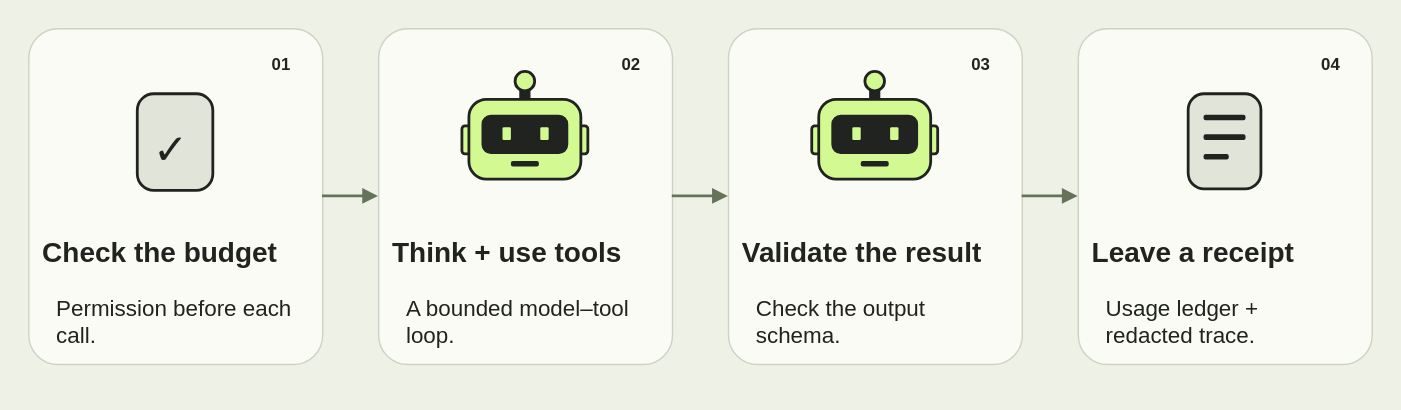
youngfreezy/youngfreezy.github.io keeps this draw.io diagram as images/agents/runtime.svg. Above is the earlier version. Source tidied: cells renumbered, new cells last; positions are measured from the earlier drawing's top-left corner, leaving out a move shared by most shapes.
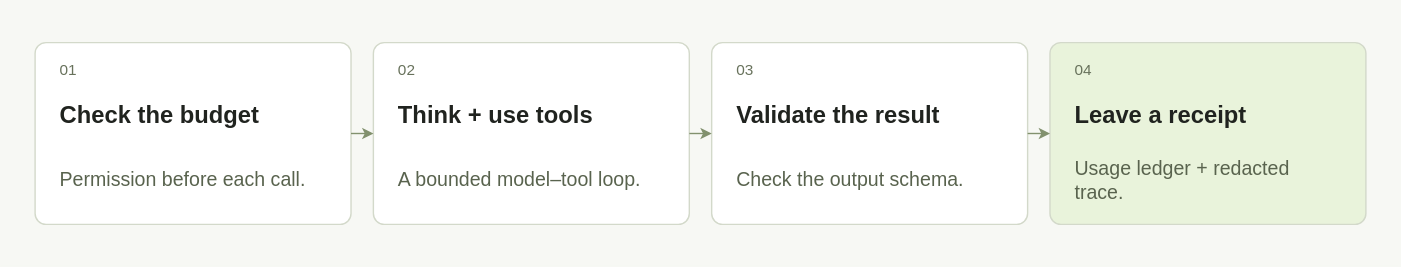
Above is the later version.

Diff of the diagram source:
```diff
@@ -1,138 +1,66 @@
-<mxGraphModel background="#eef1e6">
+<mxGraphModel background="#f7f8f4">
   <root>
     <mxCell id="0" />
     <mxCell id="1" parent="0" />
-    <mxCell id="2" style="fillColor=#eef1e6;strokeColor=none;html=1;fontFamily=Helvetica;fontColor=#20231f;" parent="1" vertex="1">
-      <mxGeometry width="1000" height="292" as="geometry" />
-    </mxCell>
-    <mxCell id="3" style="rounded=1;arcSize=10;fillColor=#fafbf5;strokeColor=#cdd3c3;strokeWidth=1;html=1;fontFamily=Helvetica;fontColor=#20231f;" parent="1" vertex="1">
-      <mxGeometry x="20" y="20" width="210" height="240" as="geometry" />
-    </mxCell>
-    <mxCell id="4" style="rounded=1;arcSize=22;strokeWidth=2;strokeColor=#20231f;fillColor=#e1e5d9;html=1;fontFamily=Helvetica;fontColor=#20231f;" parent="3" vertex="1">
-      <mxGeometry x="78" y="47" width="54" height="69" as="geometry" />
-    </mxCell>
-    <mxCell id="5" value="✓" style="text;strokeColor=none;fillColor=none;fontSize=30;html=1;fontFamily=Helvetica;fontColor=#20231f;" parent="3" vertex="1">
-      <mxGeometry x="87" y="62" width="36" height="37" as="geometry" />
-    </mxCell>
+    <mxCell id="46" style="html=1;fontFamily=Helvetica;fillColor=#f7f8f4;strokeColor=none;" parent="1" vertex="1">
+      <mxGeometry width="1000" height="190" as="geometry" />
+    </mxCell>
+    <mxCell id="47" style="html=1;fontFamily=Helvetica;rounded=1;arcSize=6;fillColor=#ffffff;strokeColor=#d3d9ca;" parent="46" vertex="1">
+      <mxGeometry x="24" y="30" width="226" height="130" as="geometry" />
+    </mxCell>
-    <mxCell id="6" value="01" style="text;strokeColor=none;fillColor=none;fontSize=12;fontStyle=1;html=1;fontFamily=Helvetica;fontColor=#20231f;" parent="3" vertex="1">
-      <mxGeometry x="172" y="12" width="24" height="22" as="geometry" />
+    <mxCell id="6" value="01" style="html=1;fontFamily=Helvetica;text;whiteSpace=wrap;align=left;verticalAlign=middle;fillColor=none;strokeColor=none;fontSize=11;fontColor=#68725c;" parent="47" vertex="1">
+      <mxGeometry x="16" y="12" width="194" height="16" as="geometry" />
     </mxCell>
-    <mxCell id="7" value="Check the budget" style="text;strokeColor=none;fillColor=none;fontSize=20;fontStyle=1;html=1;fontFamily=Helvetica;fontColor=#20231f;" parent="3" vertex="1">
-      <mxGeometry x="8" y="141" width="194" height="36" as="geometry" />
+    <mxCell id="7" value="Check the budget" style="html=1;fontFamily=Helvetica;text;whiteSpace=wrap;align=left;verticalAlign=middle;fillColor=none;strokeColor=none;fontSize=17;fontColor=#20231f;fontStyle=1;" parent="47" vertex="1">
+      <mxGeometry x="16" y="34" width="194" height="38" as="geometry" />
     </mxCell>
-    <mxCell id="8" value="Permission before each call." style="text;whiteSpace=wrap;strokeColor=none;fillColor=none;fontSize=16;html=1;fontFamily=Helvetica;fontColor=#20231f;" parent="3" vertex="1">
-      <mxGeometry x="18" y="184" width="174" height="40" as="geometry" />
+    <mxCell id="8" value="Permission before each call." style="html=1;fontFamily=Helvetica;text;whiteSpace=wrap;align=left;verticalAlign=middle;fillColor=none;strokeColor=none;fontSize=14;fontColor=#59634e;" parent="47" vertex="1">
+      <mxGeometry x="16" y="80" width="194" height="36" as="geometry" />
     </mxCell>
-    <mxCell id="9" style="rounded=1;arcSize=10;fillColor=#fafbf5;strokeColor=#cdd3c3;strokeWidth=1;html=1;fontFamily=Helvetica;fontColor=#20231f;" parent="1" vertex="1">
-      <mxGeometry x="270" y="20" width="210" height="240" as="geometry" />
-    </mxCell>
-    <mxCell id="10" style="rounded=1;arcSize=22;strokeWidth=2;strokeColor=#20231f;fillColor=#20231f;html=1;fontFamily=Helvetica;fontColor=#20231f;" parent="9" vertex="1">
-      <mxGeometry x="102" y="38" width="6" height="14" as="geometry" />
-    </mxCell>
-    <mxCell id="11" style="ellipse;fillColor=#d3f993;strokeColor=#20231f;strokeWidth=2;html=1;fontFamily=Helvetica;fontColor=#20231f;" parent="9" vertex="1">
-      <mxGeometry x="98" y="31" width="14" height="14" as="geometry" />
-    </mxCell>
-    <mxCell id="12" style="rounded=1;arcSize=22;strokeWidth=2;strokeColor=#20231f;fillColor=#d3f993;html=1;fontFamily=Helvetica;fontColor=#20231f;" parent="9" vertex="1">
-      <mxGeometry x="60" y="70" width="10" height="20" as="geometry" />
-    </mxCell>
-    <mxCell id="13" style="rounded=1;arcSize=22;strokeWidth=2;strokeColor=#20231f;fillColor=#d3f993;html=1;fontFamily=Helvetica;fontColor=#20231f;" parent="9" vertex="1">
-      <mxGeometry x="140" y="70" width="10" height="20" as="geometry" />
-    </mxCell>
-    <mxCell id="14" style="rounded=1;arcSize=22;strokeWidth=2;strokeColor=#20231f;fillColor=#d3f993;html=1;fontFamily=Helvetica;fontColor=#20231f;" parent="9" vertex="1">
-      <mxGeometry x="65" y="51" width="80" height="57" as="geometry" />
-    </mxCell>
-    <mxCell id="15" style="rounded=1;arcSize=22;strokeWidth=2;strokeColor=#20231f;fillColor=#20231f;html=1;fontFamily=Helvetica;fontColor=#20231f;" parent="9" vertex="1">
-      <mxGeometry x="75" y="63" width="60" height="26" as="geometry" />
-    </mxCell>
-    <mxCell id="16" style="rounded=1;fillColor=#d3f993;strokeColor=none;html=1;fontFamily=Helvetica;fontColor=#20231f;" parent="9" vertex="1">
-      <mxGeometry x="89" y="71" width="6" height="9" as="geometry" />
-    </mxCell>
-    <mxCell id="17" style="rounded=1;fillColor=#d3f993;strokeColor=none;html=1;fontFamily=Helvetica;fontColor=#20231f;" parent="9" vertex="1">
-      <mxGeometry x="116" y="71" width="6" height="9" as="geometry" />
-    </mxCell>
-    <mxCell id="18" style="rounded=1;arcSize=22;strokeWidth=2;strokeColor=#20231f;fillColor=#20231f;html=1;fontFamily=Helvetica;fontColor=#20231f;" parent="9" vertex="1">
-      <mxGeometry x="96" y="96" width="18" height="2" as="geometry" />
-    </mxCell>
+    <mxCell id="48" style="html=1;fontFamily=Helvetica;rounded=1;arcSize=6;fillColor=#ffffff;strokeColor=#d3d9ca;" parent="46" vertex="1">
+      <mxGeometry x="266" y="30" width="226" height="130" as="geometry" />
+    </mxCell>
-    <mxCell id="19" value="02" style="text;strokeColor=none;fillColor=none;fontSize=12;fontStyle=1;html=1;fontFamily=Helvetica;fontColor=#20231f;" parent="9" vertex="1">
-      <mxGeometry x="172" y="12" width="24" height="22" as="geometry" />
+    <mxCell id="19" value="02" style="html=1;fontFamily=Helvetica;text;whiteSpace=wrap;align=left;verticalAlign=middle;fillColor=none;strokeColor=none;fontSize=11;fontColor=#68725c;" parent="48" vertex="1">
+      <mxGeometry x="16" y="12" width="194" height="16" as="geometry" />
     </mxCell>
-    <mxCell id="20" value="Think + use tools" style="text;strokeColor=none;fillColor=none;fontSize=20;fontStyle=1;html=1;fontFamily=Helvetica;fontColor=#20231f;" parent="9" vertex="1">
-      <mxGeometry x="8" y="141" width="194" height="36" as="geometry" />
+    <mxCell id="20" value="Think + use tools" style="html=1;fontFamily=Helvetica;text;whiteSpace=wrap;align=left;verticalAlign=middle;fillColor=none;strokeColor=none;fontSize=17;fontColor=#20231f;fontStyle=1;" parent="48" vertex="1">
+      <mxGeometry x="16" y="34" width="194" height="38" as="geometry" />
     </mxCell>
-    <mxCell id="21" value="A bounded model–tool loop." style="text;whiteSpace=wrap;strokeColor=none;fillColor=none;fontSize=16;html=1;fontFamily=Helvetica;fontColor=#20231f;" parent="9" vertex="1">
-      <mxGeometry x="18" y="184" width="174" height="40" as="geometry" />
+    <mxCell id="21" value="A bounded model–tool loop." style="html=1;fontFamily=Helvetica;text;whiteSpace=wrap;align=left;verticalAlign=middle;fillColor=none;strokeColor=none;fontSize=14;fontColor=#59634e;" parent="48" vertex="1">
+      <mxGeometry x="16" y="80" width="194" height="36" as="geometry" />
     </mxCell>
-    <mxCell id="22" style="rounded=1;arcSize=10;fillColor=#fafbf5;strokeColor=#cdd3c3;strokeWidth=1;html=1;fontFamily=Helvetica;fontColor=#20231f;" parent="1" vertex="1">
-      <mxGeometry x="520" y="20" width="210" height="240" as="geometry" />
-    </mxCell>
-    <mxCell id="23" style="rounded=1;arcSize=22;strokeWidth=2;strokeColor=#20231f;fillColor=#20231f;html=1;fontFamily=Helvetica;fontColor=#20231f;" parent="22" vertex="1">
-      <mxGeometry x="102" y="38" width="6" height="14" as="geometry" />
-    </mxCell>
-    <mxCell id="24" style="ellipse;fillColor=#d3f993;strokeColor=#20231f;strokeWidth=2;html=1;fontFamily=Helvetica;fontColor=#20231f;" parent="22" vertex="1">
-      <mxGeometry x="98" y="31" width="14" height="14" as="geometry" />
-    </mxCell>
-    <mxCell id="25" style="rounded=1;arcSize=22;strokeWidth=2;strokeColor=#20231f;fillColor=#d3f993;html=1;fontFamily=Helvetica;fontColor=#20231f;" parent="22" vertex="1">
-      <mxGeometry x="60" y="70" width="10" height="20" as="geometry" />
-    </mxCell>
-    <mxCell id="26" style="rounded=1;arcSize=22;strokeWidth=2;strokeColor=#20231f;fillColor=#d3f993;html=1;fontFamily=Helvetica;fontColor=#20231f;" parent="22" vertex="1">
-      <mxGeometry x="140" y="70" width="10" height="20" as="geometry" />
-    </mxCell>
-    <mxCell id="27" style="rounded=1;arcSize=22;strokeWidth=2;strokeColor=#20231f;fillColor=#d3f993;html=1;fontFamily=Helvetica;fontColor=#20231f;" parent="22" vertex="1">
-      <mxGeometry x="65" y="51" width="80" height="57" as="geometry" />
-    </mxCell>
-    <mxCell id="28" style="rounded=1;arcSize=22;strokeWidth=2;strokeColor=#20231f;fillColor=#20231f;html=1;fontFamily=Helvetica;fontColor=#20231f;" parent="22" vertex="1">
-      <mxGeometry x="75" y="63" width="60" height="26" as="geometry" />
-    </mxCell>
-    <mxCell id="29" style="rounded=1;fillColor=#d3f993;strokeColor=none;html=1;fontFamily=Helvetica;fontColor=#20231f;" parent="22" vertex="1">
-      <mxGeometry x="89" y="71" width="6" height="9" as="geometry" />
-    </mxCell>
-    <mxCell id="30" style="rounded=1;fillColor=#d3f993;strokeColor=none;html=1;fontFamily=Helvetica;fontColor=#20231f;" parent="22" vertex="1">
-      <mxGeometry x="116" y="71" width="6" height="9" as="geometry" />
-    </mxCell>
-    <mxCell id="31" style="rounded=1;arcSize=22;strokeWidth=2;strokeColor=#20231f;fillColor=#20231f;html=1;fontFamily=Helvetica;fontColor=#20231f;" parent="22" vertex="1">
-      <mxGeometry x="96" y="96" width="18" height="2" as="geometry" />
-    </mxCell>
+    <mxCell id="49" style="edgeStyle=orthogonalEdgeStyle;rounded=1;jettySize=auto;strokeColor=#82916e;strokeWidth=1;endArrow=classic;endSize=5;exitX=1;exitY=.5;entryX=0;entryY=.5;" parent="46" edge="1" source="47" target="48">
+      <mxGeometry relative="1" as="geometry" />
+    </mxCell>
+    <mxCell id="50" style="html=1;fontFamily=Helvetica;rounded=1;arcSize=6;fillColor=#ffffff;strokeColor=#d3d9ca;" parent="46" vertex="1">
+      <mxGeometry x="508" y="30" width="226" height="130" as="geometry" />
+    </mxCell>
-    <mxCell id="32" value="03" style="text;strokeColor=none;fillColor=none;fontSize=12;fontStyle=1;html=1;fontFamily=Helvetica;fontColor=#20231f;" parent="22" vertex="1">
-      <mxGeometry x="172" y="12" width="24" height="22" as="geometry" />
+    <mxCell id="32" value="03" style="html=1;fontFamily=Helvetica;text;whiteSpace=wrap;align=left;verticalAlign=middle;fillColor=none;strokeColor=none;fontSize=11;fontColor=#68725c;" parent="50" vertex="1">
+      <mxGeometry x="16" y="12" width="194" height="16" as="geometry" />
     </mxCell>
-    <mxCell id="33" value="Validate the result" style="text;strokeColor=none;fillColor=none;fontSize=20;fontStyle=1;html=1;fontFamily=Helvetica;fontColor=#20231f;" parent="22" vertex="1">
-      <mxGeometry x="8" y="141" width="194" height="36" as="geometry" />
+    <mxCell id="33" value="Validate the result" style="html=1;fontFamily=Helvetica;text;whiteSpace=wrap;align=left;verticalAlign=middle;fillColor=none;strokeColor=none;fontSize=17;fontColor=#20231f;fontStyle=1;" parent="50" vertex="1">
+      <mxGeometry x="16" y="34" width="194" height="38" as="geometry" />
     </mxCell>
-    <mxCell id="34" value="Check the output schema." style="text;whiteSpace=wrap;strokeColor=none;fillColor=none;fontSize=16;html=1;fontFamily=Helvetica;fontColor=#20231f;" parent="22" vertex="1">
-      <mxGeometry x="18" y="184" width="174" height="40" as="geometry" />
+    <mxCell id="34" value="Check the output schema." style="html=1;fontFamily=Helvetica;text;whiteSpace=wrap;align=left;verticalAlign=middle;fillColor=none;strokeColor=none;fontSize=14;fontColor=#59634e;" parent="50" vertex="1">
+      <mxGeometry x="16" y="80" width="194" height="36" as="geometry" />
     </mxCell>
-    <mxCell id="35" style="rounded=1;arcSize=10;fillColor=#fafbf5;strokeColor=#cdd3c3;strokeWidth=1;html=1;fontFamily=Helvetica;fontColor=#20231f;" parent="1" vertex="1">
-      <mxGeometry x="770" y="20" width="210" height="240" as="geometry" />
-    </mxCell>
-    <mxCell id="36" style="rounded=1;arcSize=22;strokeWidth=2;strokeColor=#20231f;fillColor=#e1e5d9;html=1;fontFamily=Helvetica;fontColor=#20231f;" parent="35" vertex="1">
-      <mxGeometry x="79" y="47" width="52" height="68" as="geometry" />
-    </mxCell>
-    <mxCell id="37" style="rounded=1;arcSize=22;strokeWidth=2;strokeColor=#20231f;fillColor=#20231f;html=1;fontFamily=Helvetica;fontColor=#20231f;" parent="35" vertex="1">
-      <mxGeometry x="91" y="63" width="28" height="2" as="geometry" />
-    </mxCell>
-    <mxCell id="38" style="rounded=1;arcSize=22;strokeWidth=2;strokeColor=#20231f;fillColor=#20231f;html=1;fontFamily=Helvetica;fontColor=#20231f;" parent="35" vertex="1">
-      <mxGeometry x="91" y="77" width="28" height="2" as="geometry" />
-    </mxCell>
-    <mxCell id="39" style="rounded=1;arcSize=22;strokeWidth=2;strokeColor=#20231f;fillColor=#20231f;html=1;fontFamily=Helvetica;fontColor=#20231f;" parent="35" vertex="1">
-      <mxGeometry x="91" y="91" width="16" height="2" as="geometry" />
-    </mxCell>
+    <mxCell id="51" style="edgeStyle=orthogonalEdgeStyle;rounded=1;jettySize=auto;strokeColor=#82916e;strokeWidth=1;endArrow=classic;endSize=5;exitX=1;exitY=.5;entryX=0;entryY=.5;" parent="46" edge="1" source="48" target="50">
+      <mxGeometry relative="1" as="geometry" />
+    </mxCell>
+    <mxCell id="52" style="html=1;fontFamily=Helvetica;rounded=1;arcSize=6;fillColor=#e9f3db;strokeColor=#d3d9ca;" parent="46" vertex="1">
+      <mxGeometry x="750" y="30" width="226" height="130" as="geometry" />
+    </mxCell>
-    <mxCell id="40" value="04" style="text;strokeColor=none;fillColor=none;fontSize=12;fontStyle=1;html=1;fontFamily=Helvetica;fontColor=#20231f;" parent="35" vertex="1">
-      <mxGeometry x="172" y="12" width="24" height="22" as="geometry" />
+    <mxCell id="40" value="04" style="html=1;fontFamily=Helvetica;text;whiteSpace=wrap;align=left;verticalAlign=middle;fillColor=none;strokeColor=none;fontSize=11;fontColor=#68725c;" parent="52" vertex="1">
+      <mxGeometry x="16" y="12" width="194" height="16" as="geometry" />
     </mxCell>
-    <mxCell id="41" value="Leave a receipt" style="text;strokeColor=none;fillColor=none;fontSize=20;fontStyle=1;html=1;fontFamily=Helvetica;fontColor=#20231f;" parent="35" vertex="1">
-      <mxGeometry x="8" y="141" width="194" height="36" as="geometry" />
+    <mxCell id="41" value="Leave a receipt" style="html=1;fontFamily=Helvetica;text;whiteSpace=wrap;align=left;verticalAlign=middle;fillColor=none;strokeColor=none;fontSize=17;fontColor=#20231f;fontStyle=1;" parent="52" vertex="1">
+      <mxGeometry x="16" y="34" width="194" height="38" as="geometry" />
     </mxCell>
-    <mxCell id="42" value="Usage ledger + redacted trace." style="text;whiteSpace=wrap;strokeColor=none;fillColor=none;fontSize=16;html=1;fontFamily=Helvetica;fontColor=#20231f;" parent="35" vertex="1">
-      <mxGeometry x="18" y="184" width="174" height="40" as="geometry" />
+    <mxCell id="42" value="Usage ledger + redacted trace." style="html=1;fontFamily=Helvetica;text;whiteSpace=wrap;align=left;verticalAlign=middle;fillColor=none;strokeColor=none;fontSize=14;fontColor=#59634e;" parent="52" vertex="1">
+      <mxGeometry x="16" y="80" width="194" height="36" as="geometry" />
     </mxCell>
-    <mxCell id="43" style="edgeStyle=orthogonalEdgeStyle;rounded=1;jettySize=auto;strokeColor=#66735b;strokeWidth=2;endArrow=block;endFill=1;exitX=1;exitY=0.5;entryX=0;entryY=0.5;" parent="1" edge="1" source="3" target="9">
-      <mxGeometry relative="1" as="geometry" />
-    </mxCell>
-    <mxCell id="44" style="edgeStyle=orthogonalEdgeStyle;rounded=1;jettySize=auto;strokeColor=#66735b;strokeWidth=2;endArrow=block;endFill=1;exitX=1;exitY=0.5;entryX=0;entryY=0.5;" parent="1" edge="1" source="9" target="22">
-      <mxGeometry relative="1" as="geometry" />
-    </mxCell>
-    <mxCell id="45" style="edgeStyle=orthogonalEdgeStyle;rounded=1;jettySize=auto;strokeColor=#66735b;strokeWidth=2;endArrow=block;endFill=1;exitX=1;exitY=0.5;entryX=0;entryY=0.5;" parent="1" edge="1" source="22" target="35">
-      <mxGeometry relative="1" as="geometry" />
-    </mxCell>
+    <mxCell id="53" style="edgeStyle=orthogonalEdgeStyle;rounded=1;jettySize=auto;strokeColor=#82916e;strokeWidth=1;endArrow=classic;endSize=5;exitX=1;exitY=.5;entryX=0;entryY=.5;" parent="46" edge="1" source="50" target="52">
+      <mxGeometry relative="1" as="geometry" />
+    </mxCell>
   </root>
 </mxGraphModel>
```
